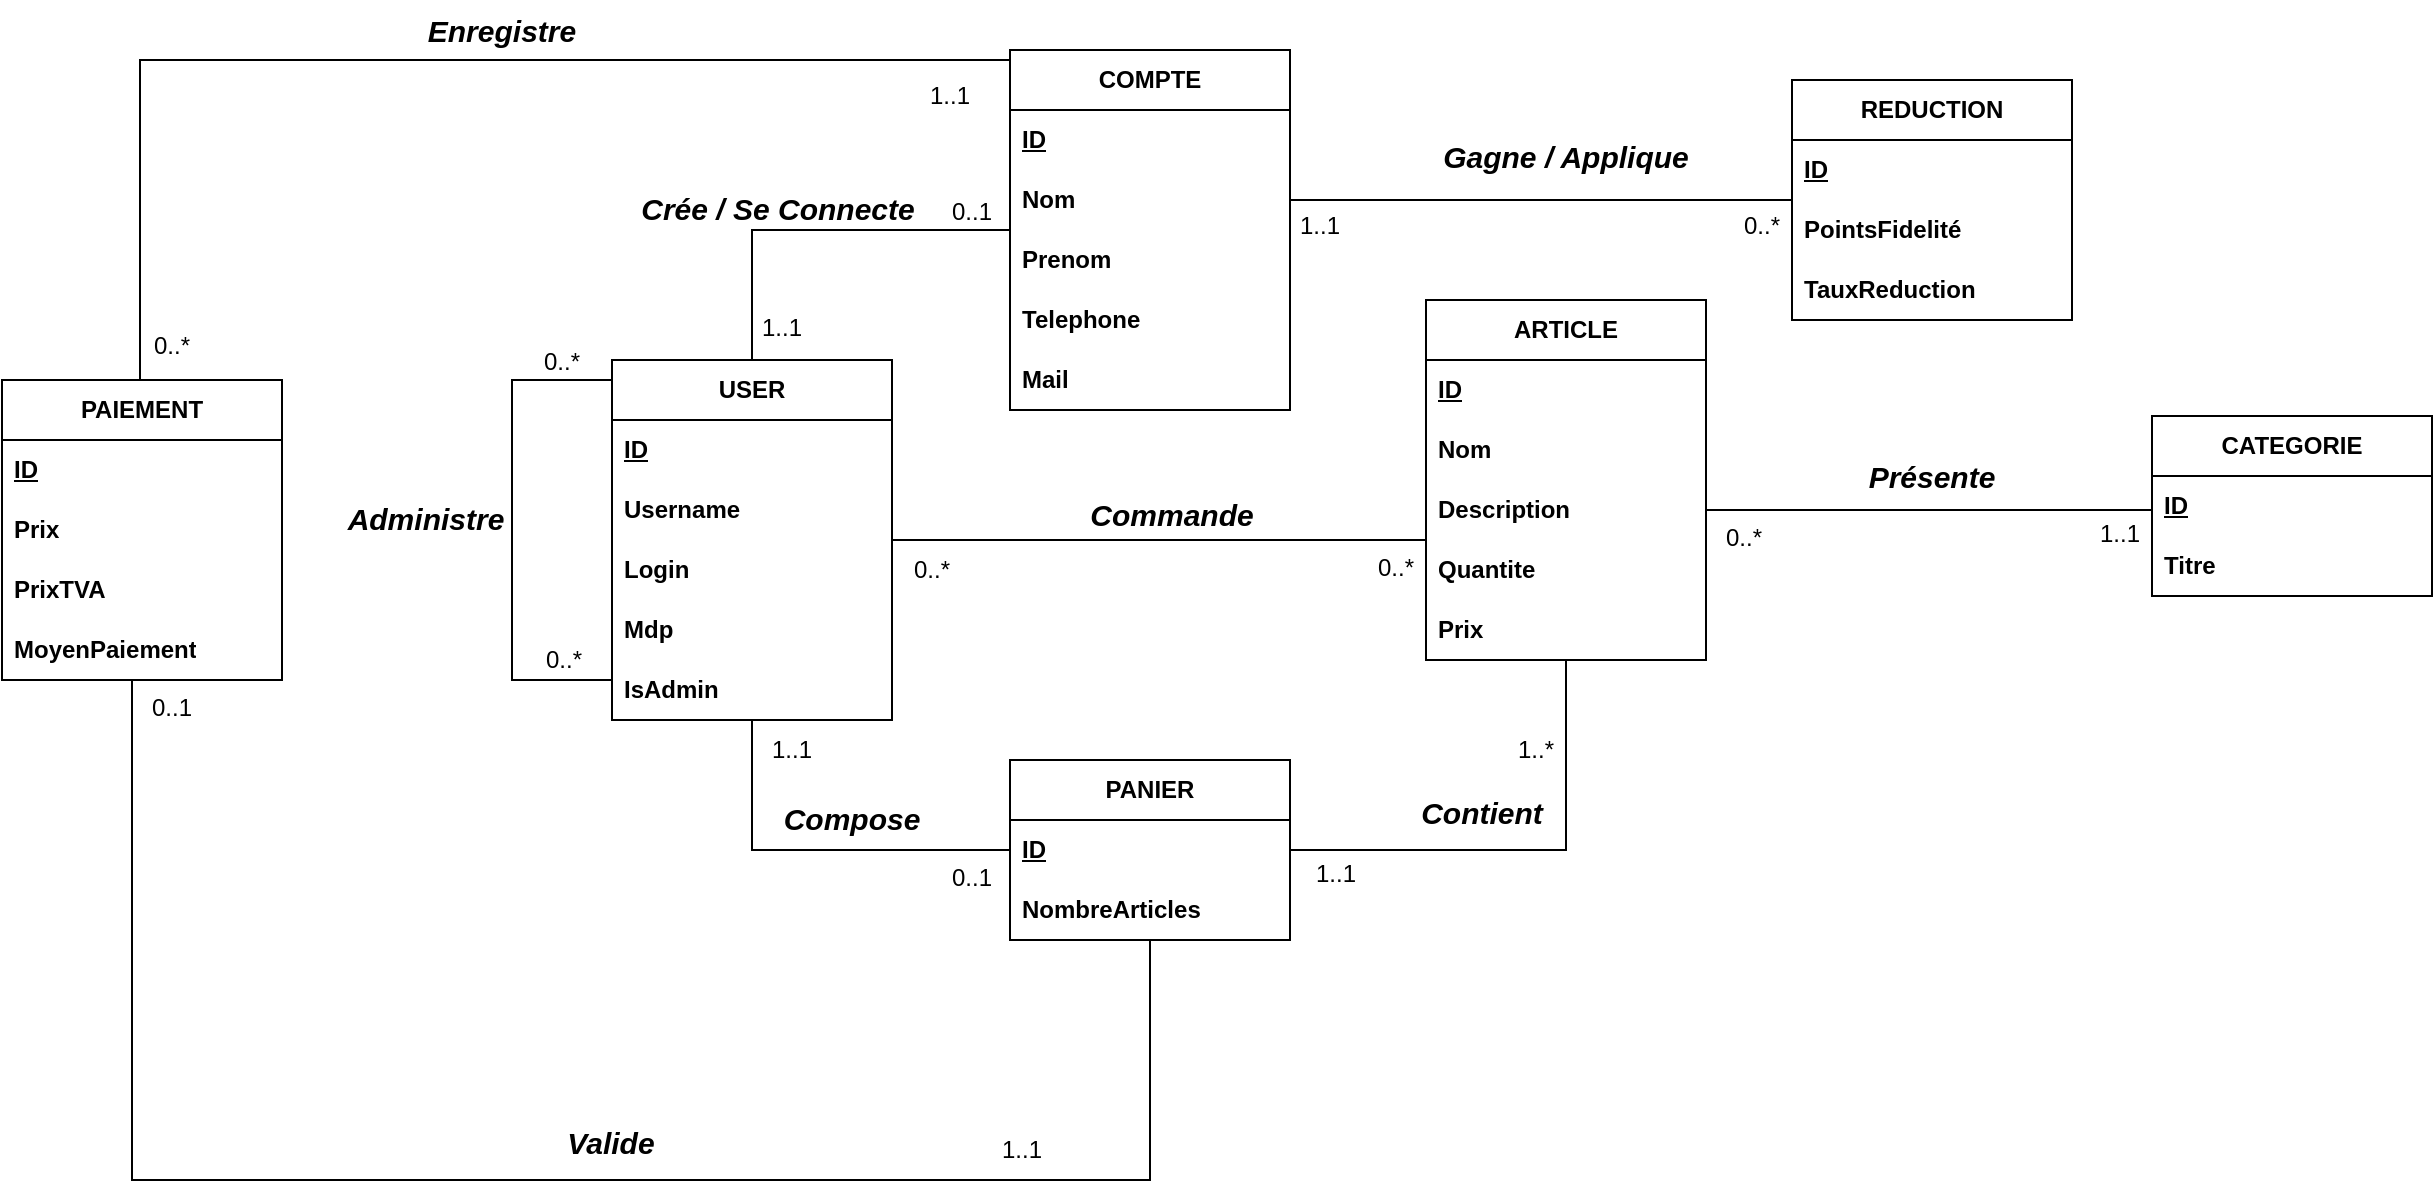
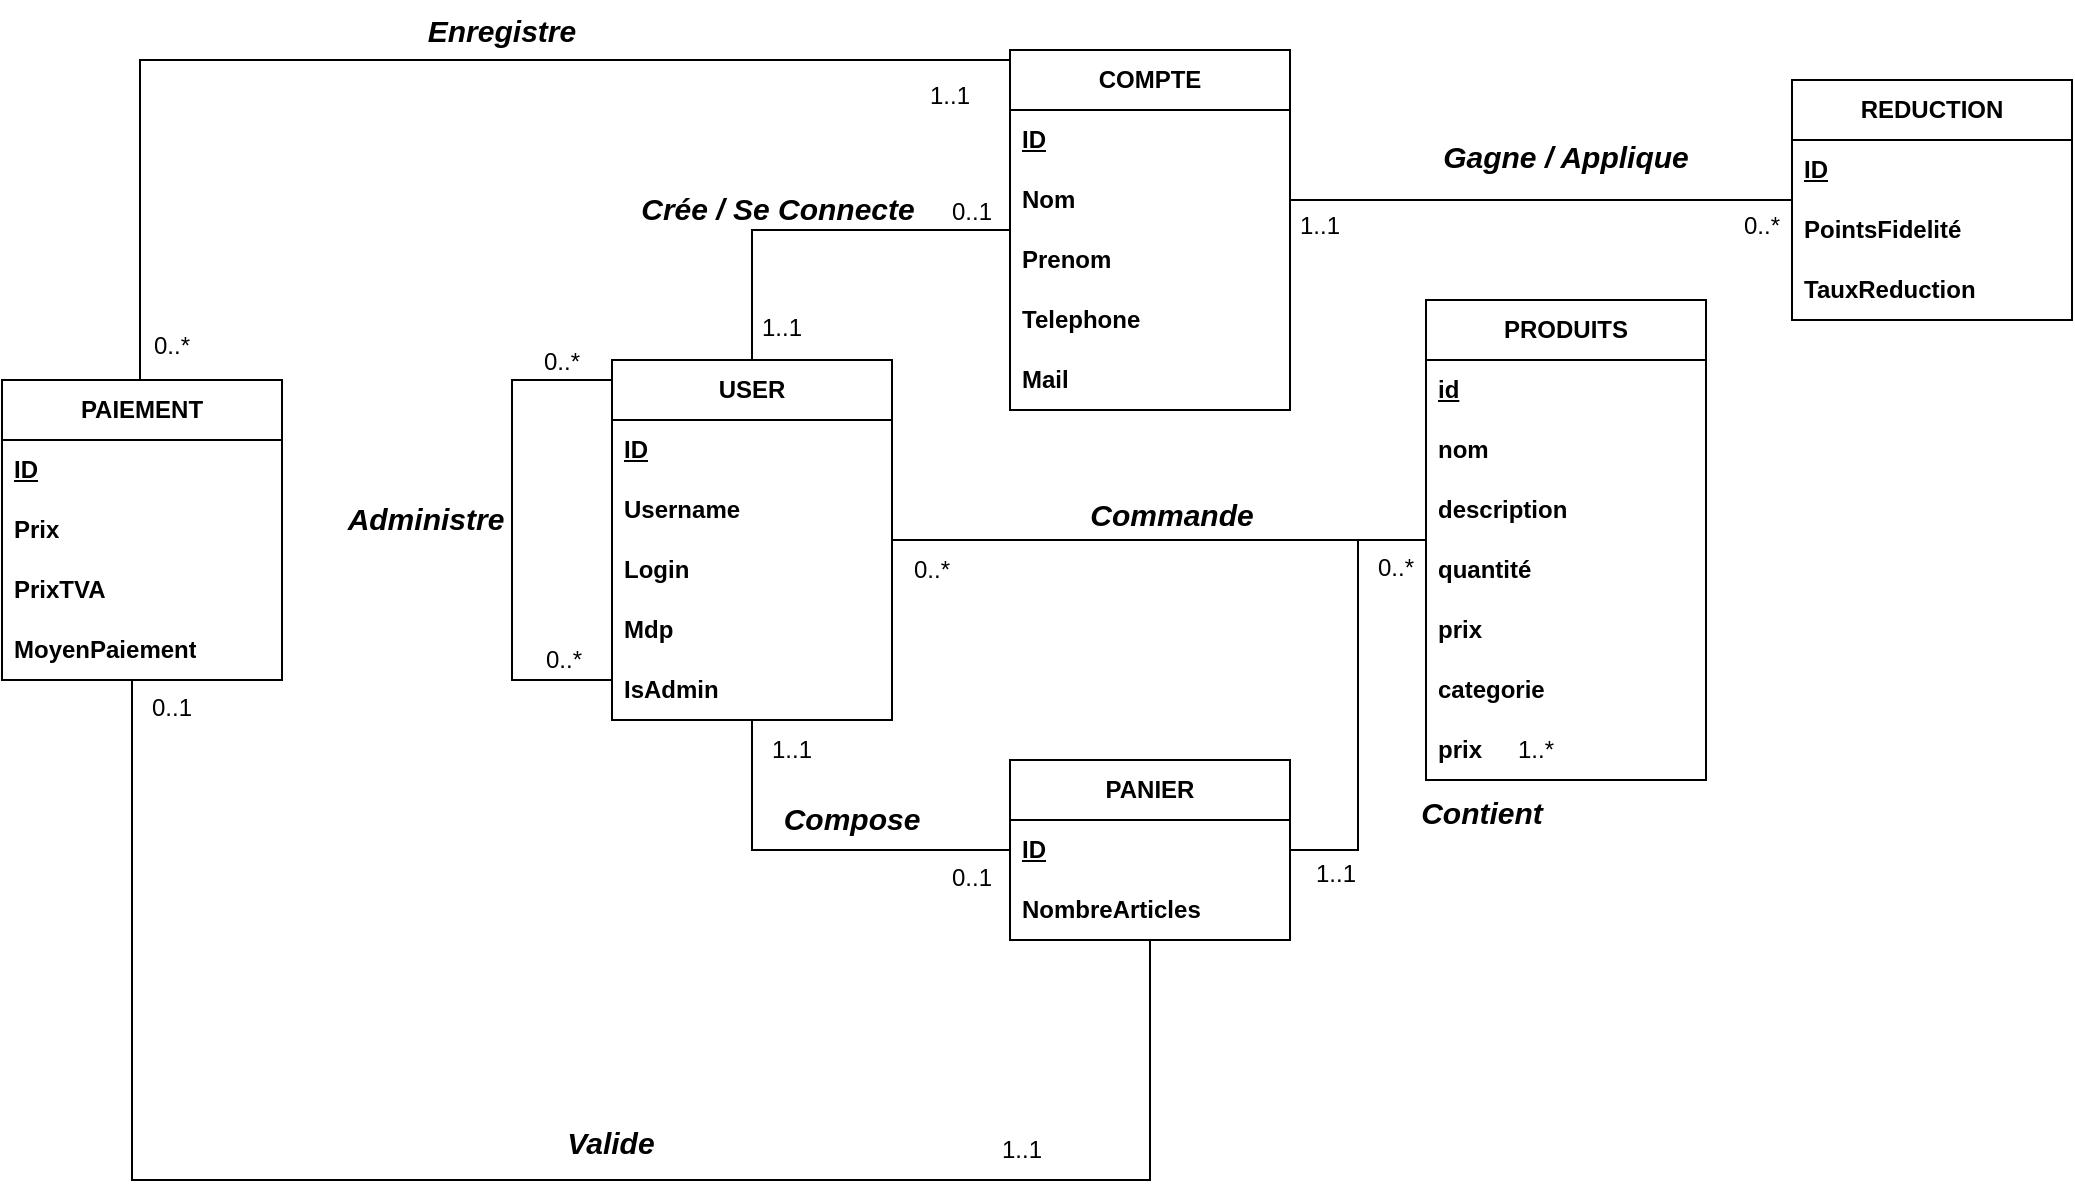
- <mxfile host="app.diagrams.net" agent="Mozilla/5.0 (Windows NT 10.0; Win64; x64) AppleWebKit/537.36 (KHTML, like Gecko) Chrome/144.0.0.0 Safari/537.36" version="29.3.6">
+ <mxfile host="app.diagrams.net" agent="Mozilla/5.0 (Windows NT 10.0; Win64; x64) AppleWebKit/537.36 (KHTML, like Gecko) Chrome/144.0.0.0 Safari/537.36">
  <diagram name="Page-1" id="twaHEqMDjoDLKVLHnj4T">
-     <mxGraphModel dx="1665" dy="743" grid="1" gridSize="10" guides="1" tooltips="1" connect="1" arrows="1" fold="1" page="1" pageScale="1" pageWidth="827" pageHeight="1169" math="0" shadow="0">
+     <mxGraphModel dx="1363" dy="422" grid="1" gridSize="10" guides="1" tooltips="1" connect="1" arrows="1" fold="1" page="1" pageScale="1" pageWidth="827" pageHeight="1169" math="0" shadow="0">
      <root>
        <mxCell id="0" />
        <mxCell id="1" parent="0" />
        <mxCell id="p3Nl3JeS0iywLz82FqbD-1" parent="1" style="swimlane;fontStyle=1;childLayout=stackLayout;horizontal=1;startSize=30;horizontalStack=0;resizeParent=1;resizeParentMax=0;resizeLast=0;collapsible=1;marginBottom=0;whiteSpace=wrap;html=1;" value="PANIER" vertex="1">
          <mxGeometry height="90" width="140" x="809" y="730" as="geometry" />
        </mxCell>
        <mxCell id="p3Nl3JeS0iywLz82FqbD-2" parent="p3Nl3JeS0iywLz82FqbD-1" style="text;strokeColor=none;fillColor=none;align=left;verticalAlign=middle;spacingLeft=4;spacingRight=4;overflow=hidden;points=[[0,0.5],[1,0.5]];portConstraint=eastwest;rotatable=0;whiteSpace=wrap;html=1;fontStyle=1" value="&lt;u&gt;ID&lt;/u&gt;" vertex="1">
          <mxGeometry height="30" width="140" y="30" as="geometry" />
        </mxCell>
        <mxCell id="p3Nl3JeS0iywLz82FqbD-3" parent="p3Nl3JeS0iywLz82FqbD-1" style="text;strokeColor=none;fillColor=none;align=left;verticalAlign=middle;spacingLeft=4;spacingRight=4;overflow=hidden;points=[[0,0.5],[1,0.5]];portConstraint=eastwest;rotatable=0;whiteSpace=wrap;html=1;fontStyle=1" value="NombreArticles" vertex="1">
          <mxGeometry height="30" width="140" y="60" as="geometry" />
        </mxCell>
        <mxCell id="p3Nl3JeS0iywLz82FqbD-7" parent="1" style="swimlane;fontStyle=1;childLayout=stackLayout;horizontal=1;startSize=30;horizontalStack=0;resizeParent=1;resizeParentMax=0;resizeLast=0;collapsible=1;marginBottom=0;whiteSpace=wrap;html=1;" value="USER" vertex="1">
          <mxGeometry height="180" width="140" x="610" y="530" as="geometry" />
        </mxCell>
        <mxCell id="p3Nl3JeS0iywLz82FqbD-8" parent="p3Nl3JeS0iywLz82FqbD-7" style="text;strokeColor=none;fillColor=none;align=left;verticalAlign=middle;spacingLeft=4;spacingRight=4;overflow=hidden;points=[[0,0.5],[1,0.5]];portConstraint=eastwest;rotatable=0;whiteSpace=wrap;html=1;fontStyle=1" value="&lt;u&gt;ID&lt;/u&gt;" vertex="1">
          <mxGeometry height="30" width="140" y="30" as="geometry" />
        </mxCell>
        <mxCell id="p3Nl3JeS0iywLz82FqbD-9" parent="p3Nl3JeS0iywLz82FqbD-7" style="text;strokeColor=none;fillColor=none;align=left;verticalAlign=middle;spacingLeft=4;spacingRight=4;overflow=hidden;points=[[0,0.5],[1,0.5]];portConstraint=eastwest;rotatable=0;whiteSpace=wrap;html=1;fontStyle=1" value="Username" vertex="1">
          <mxGeometry height="30" width="140" y="60" as="geometry" />
        </mxCell>
        <mxCell id="p3Nl3JeS0iywLz82FqbD-10" parent="p3Nl3JeS0iywLz82FqbD-7" style="text;strokeColor=none;fillColor=none;align=left;verticalAlign=middle;spacingLeft=4;spacingRight=4;overflow=hidden;points=[[0,0.5],[1,0.5]];portConstraint=eastwest;rotatable=0;whiteSpace=wrap;html=1;fontStyle=1" value="Login" vertex="1">
          <mxGeometry height="30" width="140" y="90" as="geometry" />
        </mxCell>
        <mxCell id="p3Nl3JeS0iywLz82FqbD-11" parent="p3Nl3JeS0iywLz82FqbD-7" style="text;strokeColor=none;fillColor=none;align=left;verticalAlign=middle;spacingLeft=4;spacingRight=4;overflow=hidden;points=[[0,0.5],[1,0.5]];portConstraint=eastwest;rotatable=0;whiteSpace=wrap;html=1;fontStyle=1" value="Mdp" vertex="1">
          <mxGeometry height="30" width="140" y="120" as="geometry" />
        </mxCell>
        <mxCell id="p3Nl3JeS0iywLz82FqbD-12" parent="p3Nl3JeS0iywLz82FqbD-7" style="text;strokeColor=none;fillColor=none;align=left;verticalAlign=middle;spacingLeft=4;spacingRight=4;overflow=hidden;points=[[0,0.5],[1,0.5]];portConstraint=eastwest;rotatable=0;whiteSpace=wrap;html=1;fontStyle=1" value="IsAdmin" vertex="1">
          <mxGeometry height="30" width="140" y="150" as="geometry" />
        </mxCell>
-         <mxCell id="p3Nl3JeS0iywLz82FqbD-13" parent="1" style="swimlane;fontStyle=1;childLayout=stackLayout;horizontal=1;startSize=30;horizontalStack=0;resizeParent=1;resizeParentMax=0;resizeLast=0;collapsible=1;marginBottom=0;whiteSpace=wrap;html=1;" value="ARTICLE" vertex="1">
-           <mxGeometry height="180" width="140" x="1017" y="500" as="geometry" />
-         </mxCell>
-         <mxCell id="p3Nl3JeS0iywLz82FqbD-14" parent="p3Nl3JeS0iywLz82FqbD-13" style="text;strokeColor=none;fillColor=none;align=left;verticalAlign=middle;spacingLeft=4;spacingRight=4;overflow=hidden;points=[[0,0.5],[1,0.5]];portConstraint=eastwest;rotatable=0;whiteSpace=wrap;html=1;fontStyle=1" value="&lt;u&gt;ID&lt;/u&gt;" vertex="1">
-           <mxGeometry height="30" width="140" y="30" as="geometry" />
-         </mxCell>
-         <mxCell id="p3Nl3JeS0iywLz82FqbD-15" parent="p3Nl3JeS0iywLz82FqbD-13" style="text;strokeColor=none;fillColor=none;align=left;verticalAlign=middle;spacingLeft=4;spacingRight=4;overflow=hidden;points=[[0,0.5],[1,0.5]];portConstraint=eastwest;rotatable=0;whiteSpace=wrap;html=1;fontStyle=1" value="Nom" vertex="1">
-           <mxGeometry height="30" width="140" y="60" as="geometry" />
-         </mxCell>
-         <mxCell id="p3Nl3JeS0iywLz82FqbD-16" parent="p3Nl3JeS0iywLz82FqbD-13" style="text;strokeColor=none;fillColor=none;align=left;verticalAlign=middle;spacingLeft=4;spacingRight=4;overflow=hidden;points=[[0,0.5],[1,0.5]];portConstraint=eastwest;rotatable=0;whiteSpace=wrap;html=1;fontStyle=1" value="Description" vertex="1">
-           <mxGeometry height="30" width="140" y="90" as="geometry" />
-         </mxCell>
-         <mxCell id="p3Nl3JeS0iywLz82FqbD-17" parent="p3Nl3JeS0iywLz82FqbD-13" style="text;strokeColor=none;fillColor=none;align=left;verticalAlign=middle;spacingLeft=4;spacingRight=4;overflow=hidden;points=[[0,0.5],[1,0.5]];portConstraint=eastwest;rotatable=0;whiteSpace=wrap;html=1;fontStyle=1" value="Quantite" vertex="1">
-           <mxGeometry height="30" width="140" y="120" as="geometry" />
-         </mxCell>
-         <mxCell id="p3Nl3JeS0iywLz82FqbD-18" parent="p3Nl3JeS0iywLz82FqbD-13" style="text;strokeColor=none;fillColor=none;align=left;verticalAlign=middle;spacingLeft=4;spacingRight=4;overflow=hidden;points=[[0,0.5],[1,0.5]];portConstraint=eastwest;rotatable=0;whiteSpace=wrap;html=1;fontStyle=1" value="Prix" vertex="1">
+         <mxCell id="p3Nl3JeS0iywLz82FqbD-13" parent="1" style="swimlane;fontStyle=1;childLayout=stackLayout;horizontal=1;startSize=30;horizontalStack=0;resizeParent=1;resizeParentMax=0;resizeLast=0;collapsible=1;marginBottom=0;whiteSpace=wrap;html=1;" value="PRODUITS" vertex="1">
+           <mxGeometry height="240" width="140" x="1017" y="500" as="geometry" />
+         </mxCell>
+         <mxCell id="p3Nl3JeS0iywLz82FqbD-14" parent="p3Nl3JeS0iywLz82FqbD-13" style="text;strokeColor=none;fillColor=none;align=left;verticalAlign=middle;spacingLeft=4;spacingRight=4;overflow=hidden;points=[[0,0.5],[1,0.5]];portConstraint=eastwest;rotatable=0;whiteSpace=wrap;html=1;fontStyle=1" value="&lt;u&gt;id&lt;/u&gt;" vertex="1">
+           <mxGeometry height="30" width="140" y="30" as="geometry" />
+         </mxCell>
+         <mxCell id="p3Nl3JeS0iywLz82FqbD-15" parent="p3Nl3JeS0iywLz82FqbD-13" style="text;strokeColor=none;fillColor=none;align=left;verticalAlign=middle;spacingLeft=4;spacingRight=4;overflow=hidden;points=[[0,0.5],[1,0.5]];portConstraint=eastwest;rotatable=0;whiteSpace=wrap;html=1;fontStyle=1" value="nom" vertex="1">
+           <mxGeometry height="30" width="140" y="60" as="geometry" />
+         </mxCell>
+         <mxCell id="p3Nl3JeS0iywLz82FqbD-16" parent="p3Nl3JeS0iywLz82FqbD-13" style="text;strokeColor=none;fillColor=none;align=left;verticalAlign=middle;spacingLeft=4;spacingRight=4;overflow=hidden;points=[[0,0.5],[1,0.5]];portConstraint=eastwest;rotatable=0;whiteSpace=wrap;html=1;fontStyle=1" value="description" vertex="1">
+           <mxGeometry height="30" width="140" y="90" as="geometry" />
+         </mxCell>
+         <mxCell id="p3Nl3JeS0iywLz82FqbD-17" parent="p3Nl3JeS0iywLz82FqbD-13" style="text;strokeColor=none;fillColor=none;align=left;verticalAlign=middle;spacingLeft=4;spacingRight=4;overflow=hidden;points=[[0,0.5],[1,0.5]];portConstraint=eastwest;rotatable=0;whiteSpace=wrap;html=1;fontStyle=1" value="quantité" vertex="1">
+           <mxGeometry height="30" width="140" y="120" as="geometry" />
+         </mxCell>
+         <mxCell id="lM0T7axmJvnzN0eevDfh-2" parent="p3Nl3JeS0iywLz82FqbD-13" style="text;strokeColor=none;fillColor=none;align=left;verticalAlign=middle;spacingLeft=4;spacingRight=4;overflow=hidden;points=[[0,0.5],[1,0.5]];portConstraint=eastwest;rotatable=0;whiteSpace=wrap;html=1;fontStyle=1" value="prix" vertex="1">
          <mxGeometry height="30" width="140" y="150" as="geometry" />
+         </mxCell>
+         <mxCell id="p3Nl3JeS0iywLz82FqbD-18" parent="p3Nl3JeS0iywLz82FqbD-13" style="text;strokeColor=none;fillColor=none;align=left;verticalAlign=middle;spacingLeft=4;spacingRight=4;overflow=hidden;points=[[0,0.5],[1,0.5]];portConstraint=eastwest;rotatable=0;whiteSpace=wrap;html=1;fontStyle=1" value="categorie" vertex="1">
+           <mxGeometry height="30" width="140" y="180" as="geometry" />
+         </mxCell>
+         <mxCell id="lM0T7axmJvnzN0eevDfh-3" parent="p3Nl3JeS0iywLz82FqbD-13" style="text;strokeColor=none;fillColor=none;align=left;verticalAlign=middle;spacingLeft=4;spacingRight=4;overflow=hidden;points=[[0,0.5],[1,0.5]];portConstraint=eastwest;rotatable=0;whiteSpace=wrap;html=1;fontStyle=1" value="prix" vertex="1">
+           <mxGeometry height="30" width="140" y="210" as="geometry" />
        </mxCell>
        <mxCell id="p3Nl3JeS0iywLz82FqbD-20" parent="1" style="swimlane;fontStyle=1;childLayout=stackLayout;horizontal=1;startSize=30;horizontalStack=0;resizeParent=1;resizeParentMax=0;resizeLast=0;collapsible=1;marginBottom=0;whiteSpace=wrap;html=1;" value="COMPTE" vertex="1">
          <mxGeometry height="180" width="140" x="809" y="375" as="geometry" />
        </mxCell>
        <mxCell id="p3Nl3JeS0iywLz82FqbD-21" parent="p3Nl3JeS0iywLz82FqbD-20" style="text;strokeColor=none;fillColor=none;align=left;verticalAlign=middle;spacingLeft=4;spacingRight=4;overflow=hidden;points=[[0,0.5],[1,0.5]];portConstraint=eastwest;rotatable=0;whiteSpace=wrap;html=1;fontStyle=1" value="&lt;u&gt;ID&lt;/u&gt;" vertex="1">
          <mxGeometry height="30" width="140" y="30" as="geometry" />
        </mxCell>
        <mxCell id="p3Nl3JeS0iywLz82FqbD-22" parent="p3Nl3JeS0iywLz82FqbD-20" style="text;strokeColor=none;fillColor=none;align=left;verticalAlign=middle;spacingLeft=4;spacingRight=4;overflow=hidden;points=[[0,0.5],[1,0.5]];portConstraint=eastwest;rotatable=0;whiteSpace=wrap;html=1;fontStyle=1" value="Nom" vertex="1">
          <mxGeometry height="30" width="140" y="60" as="geometry" />
        </mxCell>
        <mxCell id="p3Nl3JeS0iywLz82FqbD-23" parent="p3Nl3JeS0iywLz82FqbD-20" style="text;strokeColor=none;fillColor=none;align=left;verticalAlign=middle;spacingLeft=4;spacingRight=4;overflow=hidden;points=[[0,0.5],[1,0.5]];portConstraint=eastwest;rotatable=0;whiteSpace=wrap;html=1;fontStyle=1" value="Prenom" vertex="1">
          <mxGeometry height="30" width="140" y="90" as="geometry" />
        </mxCell>
        <mxCell id="p3Nl3JeS0iywLz82FqbD-24" parent="p3Nl3JeS0iywLz82FqbD-20" style="text;strokeColor=none;fillColor=none;align=left;verticalAlign=middle;spacingLeft=4;spacingRight=4;overflow=hidden;points=[[0,0.5],[1,0.5]];portConstraint=eastwest;rotatable=0;whiteSpace=wrap;html=1;fontStyle=1" value="Telephone" vertex="1">
          <mxGeometry height="30" width="140" y="120" as="geometry" />
        </mxCell>
        <mxCell id="p3Nl3JeS0iywLz82FqbD-25" parent="p3Nl3JeS0iywLz82FqbD-20" style="text;strokeColor=none;fillColor=none;align=left;verticalAlign=middle;spacingLeft=4;spacingRight=4;overflow=hidden;points=[[0,0.5],[1,0.5]];portConstraint=eastwest;rotatable=0;whiteSpace=wrap;html=1;fontStyle=1" value="Mail" vertex="1">
          <mxGeometry height="30" width="140" y="150" as="geometry" />
        </mxCell>
        <mxCell id="p3Nl3JeS0iywLz82FqbD-28" edge="1" parent="1" source="p3Nl3JeS0iywLz82FqbD-13" style="edgeStyle=orthogonalEdgeStyle;rounded=0;orthogonalLoop=1;jettySize=auto;html=1;endArrow=none;endFill=0;" target="p3Nl3JeS0iywLz82FqbD-7">
          <mxGeometry relative="1" as="geometry">
            <Array as="points">
              <mxPoint x="950" y="620" />
              <mxPoint x="950" y="620" />
            </Array>
            <mxPoint x="920" y="560" as="sourcePoint" />
            <mxPoint x="940.0000000000052" y="635" as="targetPoint" />
          </mxGeometry>
        </mxCell>
        <mxCell id="p3Nl3JeS0iywLz82FqbD-29" parent="1" style="text;html=1;whiteSpace=wrap;strokeColor=none;fillColor=none;align=center;verticalAlign=middle;rounded=0;" value="0..*" vertex="1">
          <mxGeometry height="30" width="60" x="740" y="620" as="geometry" />
        </mxCell>
        <mxCell id="p3Nl3JeS0iywLz82FqbD-30" parent="1" style="text;html=1;whiteSpace=wrap;strokeColor=none;fillColor=none;align=center;verticalAlign=middle;rounded=0;" value="0..*" vertex="1">
          <mxGeometry height="30" width="60" x="972" y="619" as="geometry" />
        </mxCell>
        <mxCell id="p3Nl3JeS0iywLz82FqbD-31" parent="1" style="text;html=1;whiteSpace=wrap;strokeColor=none;fillColor=none;align=center;verticalAlign=middle;rounded=0;" value="1..*" vertex="1">
          <mxGeometry height="30" width="60" x="1042" y="710" as="geometry" />
        </mxCell>
        <mxCell id="p3Nl3JeS0iywLz82FqbD-32" parent="1" style="text;html=1;whiteSpace=wrap;strokeColor=none;fillColor=none;align=center;verticalAlign=middle;rounded=0;" value="1..1" vertex="1">
          <mxGeometry height="30" width="60" x="942" y="772" as="geometry" />
        </mxCell>
-         <mxCell id="p3Nl3JeS0iywLz82FqbD-33" parent="1" style="swimlane;fontStyle=1;childLayout=stackLayout;horizontal=1;startSize=30;horizontalStack=0;resizeParent=1;resizeParentMax=0;resizeLast=0;collapsible=1;marginBottom=0;whiteSpace=wrap;html=1;" value="CATEGORIE" vertex="1">
-           <mxGeometry height="90" width="140" x="1380" y="558" as="geometry" />
-         </mxCell>
-         <mxCell id="p3Nl3JeS0iywLz82FqbD-34" parent="p3Nl3JeS0iywLz82FqbD-33" style="text;strokeColor=none;fillColor=none;align=left;verticalAlign=middle;spacingLeft=4;spacingRight=4;overflow=hidden;points=[[0,0.5],[1,0.5]];portConstraint=eastwest;rotatable=0;whiteSpace=wrap;html=1;fontStyle=1" value="&lt;u&gt;ID&lt;/u&gt;" vertex="1">
-           <mxGeometry height="30" width="140" y="30" as="geometry" />
-         </mxCell>
-         <mxCell id="p3Nl3JeS0iywLz82FqbD-37" parent="p3Nl3JeS0iywLz82FqbD-33" style="text;strokeColor=none;fillColor=none;align=left;verticalAlign=middle;spacingLeft=4;spacingRight=4;overflow=hidden;points=[[0,0.5],[1,0.5]];portConstraint=eastwest;rotatable=0;whiteSpace=wrap;html=1;fontStyle=1" value="Titre" vertex="1">
-           <mxGeometry height="30" width="140" y="60" as="geometry" />
-         </mxCell>
        <mxCell id="p3Nl3JeS0iywLz82FqbD-39" edge="1" parent="1" source="p3Nl3JeS0iywLz82FqbD-7" style="edgeStyle=orthogonalEdgeStyle;rounded=0;orthogonalLoop=1;jettySize=auto;html=1;exitX=0.5;exitY=0;exitDx=0;exitDy=0;endArrow=none;endFill=0;" target="p3Nl3JeS0iywLz82FqbD-20">
          <mxGeometry relative="1" as="geometry">
            <mxPoint x="900" y="680" as="sourcePoint" />
            <mxPoint x="680" y="490" as="targetPoint" />
          </mxGeometry>
        </mxCell>
        <mxCell id="p3Nl3JeS0iywLz82FqbD-42" edge="1" parent="1" source="p3Nl3JeS0iywLz82FqbD-47" style="edgeStyle=orthogonalEdgeStyle;rounded=0;orthogonalLoop=1;jettySize=auto;html=1;entryX=1;entryY=0.5;entryDx=0;entryDy=0;endArrow=none;endFill=0;" target="p3Nl3JeS0iywLz82FqbD-22">
          <mxGeometry relative="1" as="geometry">
            <mxPoint x="1014" y="450" as="sourcePoint" />
            <mxPoint x="960" y="450" as="targetPoint" />
          </mxGeometry>
        </mxCell>
        <mxCell id="p3Nl3JeS0iywLz82FqbD-43" parent="1" style="text;html=1;whiteSpace=wrap;strokeColor=none;fillColor=none;align=center;verticalAlign=middle;rounded=0;" value="1..1" vertex="1">
          <mxGeometry height="30" width="60" x="665" y="499" as="geometry" />
        </mxCell>
        <mxCell id="p3Nl3JeS0iywLz82FqbD-44" parent="1" style="text;html=1;whiteSpace=wrap;strokeColor=none;fillColor=none;align=center;verticalAlign=middle;rounded=0;" value="0..1" vertex="1">
          <mxGeometry height="30" width="60" x="760" y="441" as="geometry" />
        </mxCell>
        <mxCell id="p3Nl3JeS0iywLz82FqbD-45" parent="1" style="text;html=1;whiteSpace=wrap;strokeColor=none;fillColor=none;align=center;verticalAlign=middle;rounded=0;" value="1..1" vertex="1">
          <mxGeometry height="30" width="60" x="934" y="448" as="geometry" />
        </mxCell>
        <mxCell id="p3Nl3JeS0iywLz82FqbD-47" parent="1" style="swimlane;fontStyle=1;childLayout=stackLayout;horizontal=1;startSize=30;horizontalStack=0;resizeParent=1;resizeParentMax=0;resizeLast=0;collapsible=1;marginBottom=0;whiteSpace=wrap;html=1;" value="REDUCTION" vertex="1">
          <mxGeometry height="120" width="140" x="1200" y="390" as="geometry" />
        </mxCell>
        <mxCell id="p3Nl3JeS0iywLz82FqbD-48" parent="p3Nl3JeS0iywLz82FqbD-47" style="text;strokeColor=none;fillColor=none;align=left;verticalAlign=middle;spacingLeft=4;spacingRight=4;overflow=hidden;points=[[0,0.5],[1,0.5]];portConstraint=eastwest;rotatable=0;whiteSpace=wrap;html=1;fontStyle=1" value="&lt;u&gt;ID&lt;/u&gt;" vertex="1">
          <mxGeometry height="30" width="140" y="30" as="geometry" />
        </mxCell>
        <mxCell id="p3Nl3JeS0iywLz82FqbD-49" parent="p3Nl3JeS0iywLz82FqbD-47" style="text;strokeColor=none;fillColor=none;align=left;verticalAlign=middle;spacingLeft=4;spacingRight=4;overflow=hidden;points=[[0,0.5],[1,0.5]];portConstraint=eastwest;rotatable=0;whiteSpace=wrap;html=1;fontStyle=1" value="PointsFidelité" vertex="1">
          <mxGeometry height="30" width="140" y="60" as="geometry" />
        </mxCell>
        <mxCell id="p3Nl3JeS0iywLz82FqbD-50" parent="p3Nl3JeS0iywLz82FqbD-47" style="text;strokeColor=none;fillColor=none;align=left;verticalAlign=middle;spacingLeft=4;spacingRight=4;overflow=hidden;points=[[0,0.5],[1,0.5]];portConstraint=eastwest;rotatable=0;whiteSpace=wrap;html=1;fontStyle=1" value="TauxReduction" vertex="1">
          <mxGeometry height="30" width="140" y="90" as="geometry" />
        </mxCell>
        <mxCell id="p3Nl3JeS0iywLz82FqbD-53" edge="1" parent="1" source="p3Nl3JeS0iywLz82FqbD-1" style="edgeStyle=orthogonalEdgeStyle;rounded=0;orthogonalLoop=1;jettySize=auto;html=1;endArrow=none;endFill=0;" target="p3Nl3JeS0iywLz82FqbD-7">
          <mxGeometry relative="1" as="geometry">
            <mxPoint x="680" y="780" as="sourcePoint" />
            <mxPoint x="360" y="840" as="targetPoint" />
          </mxGeometry>
        </mxCell>
        <mxCell id="p3Nl3JeS0iywLz82FqbD-55" parent="1" style="text;html=1;whiteSpace=wrap;strokeColor=none;fillColor=none;align=center;verticalAlign=middle;rounded=0;" value="1..1" vertex="1">
          <mxGeometry height="30" width="60" x="670" y="710" as="geometry" />
        </mxCell>
        <mxCell id="p3Nl3JeS0iywLz82FqbD-56" parent="1" style="text;html=1;whiteSpace=wrap;strokeColor=none;fillColor=none;align=center;verticalAlign=middle;rounded=0;" value="0..1" vertex="1">
          <mxGeometry height="30" width="60" x="760" y="774" as="geometry" />
        </mxCell>
        <mxCell id="p3Nl3JeS0iywLz82FqbD-58" edge="1" parent="1" source="p3Nl3JeS0iywLz82FqbD-1" style="edgeStyle=orthogonalEdgeStyle;rounded=0;orthogonalLoop=1;jettySize=auto;html=1;endArrow=none;endFill=0;" target="p3Nl3JeS0iywLz82FqbD-13">
          <mxGeometry relative="1" as="geometry">
            <mxPoint x="1087" y="780" as="sourcePoint" />
            <mxPoint x="1159" y="850" as="targetPoint" />
          </mxGeometry>
        </mxCell>
-         <mxCell id="p3Nl3JeS0iywLz82FqbD-60" edge="1" parent="1" source="p3Nl3JeS0iywLz82FqbD-33" style="edgeStyle=orthogonalEdgeStyle;rounded=0;orthogonalLoop=1;jettySize=auto;html=1;endArrow=none;endFill=0;" target="p3Nl3JeS0iywLz82FqbD-13">
-           <mxGeometry relative="1" as="geometry">
-             <Array as="points">
-               <mxPoint x="1330" y="605" />
-               <mxPoint x="1330" y="605" />
-             </Array>
-             <mxPoint x="1210" y="605" as="sourcePoint" />
-             <mxPoint x="1210" y="520" as="targetPoint" />
-           </mxGeometry>
-         </mxCell>
-         <mxCell id="p3Nl3JeS0iywLz82FqbD-62" parent="1" style="text;html=1;whiteSpace=wrap;strokeColor=none;fillColor=none;align=center;verticalAlign=middle;rounded=0;" value="1..1" vertex="1">
-           <mxGeometry height="30" width="60" x="1334" y="602" as="geometry" />
-         </mxCell>
-         <mxCell id="p3Nl3JeS0iywLz82FqbD-63" parent="1" style="text;html=1;whiteSpace=wrap;strokeColor=none;fillColor=none;align=center;verticalAlign=middle;rounded=0;" value="0..*" vertex="1">
-           <mxGeometry height="30" width="60" x="1146" y="604" as="geometry" />
-         </mxCell>
        <mxCell id="p3Nl3JeS0iywLz82FqbD-64" parent="1" style="text;html=1;whiteSpace=wrap;strokeColor=none;fillColor=none;align=center;verticalAlign=middle;rounded=0;" value="0..*" vertex="1">
          <mxGeometry height="30" width="60" x="1155" y="448" as="geometry" />
        </mxCell>
        <mxCell id="p3Nl3JeS0iywLz82FqbD-65" parent="1" style="swimlane;fontStyle=1;childLayout=stackLayout;horizontal=1;startSize=30;horizontalStack=0;resizeParent=1;resizeParentMax=0;resizeLast=0;collapsible=1;marginBottom=0;whiteSpace=wrap;html=1;" value="PAIEMENT" vertex="1">
          <mxGeometry height="150" width="140" x="305" y="540" as="geometry" />
        </mxCell>
        <mxCell id="p3Nl3JeS0iywLz82FqbD-66" parent="p3Nl3JeS0iywLz82FqbD-65" style="text;strokeColor=none;fillColor=none;align=left;verticalAlign=middle;spacingLeft=4;spacingRight=4;overflow=hidden;points=[[0,0.5],[1,0.5]];portConstraint=eastwest;rotatable=0;whiteSpace=wrap;html=1;fontStyle=1" value="&lt;u&gt;ID&lt;/u&gt;" vertex="1">
          <mxGeometry height="30" width="140" y="30" as="geometry" />
        </mxCell>
        <mxCell id="p3Nl3JeS0iywLz82FqbD-69" parent="p3Nl3JeS0iywLz82FqbD-65" style="text;strokeColor=none;fillColor=none;align=left;verticalAlign=middle;spacingLeft=4;spacingRight=4;overflow=hidden;points=[[0,0.5],[1,0.5]];portConstraint=eastwest;rotatable=0;whiteSpace=wrap;html=1;fontStyle=1" value="Prix" vertex="1">
          <mxGeometry height="30" width="140" y="60" as="geometry" />
        </mxCell>
        <mxCell id="p3Nl3JeS0iywLz82FqbD-70" parent="p3Nl3JeS0iywLz82FqbD-65" style="text;strokeColor=none;fillColor=none;align=left;verticalAlign=middle;spacingLeft=4;spacingRight=4;overflow=hidden;points=[[0,0.5],[1,0.5]];portConstraint=eastwest;rotatable=0;whiteSpace=wrap;html=1;fontStyle=1" value="PrixTVA" vertex="1">
          <mxGeometry height="30" width="140" y="90" as="geometry" />
        </mxCell>
        <mxCell id="aAGUZxtX3wkmC4jyIYF0-7" parent="p3Nl3JeS0iywLz82FqbD-65" style="text;strokeColor=none;fillColor=none;align=left;verticalAlign=middle;spacingLeft=4;spacingRight=4;overflow=hidden;points=[[0,0.5],[1,0.5]];portConstraint=eastwest;rotatable=0;whiteSpace=wrap;html=1;fontStyle=1" value="MoyenPaiement" vertex="1">
          <mxGeometry height="30" width="140" y="120" as="geometry" />
        </mxCell>
        <mxCell id="p3Nl3JeS0iywLz82FqbD-72" edge="1" parent="1" source="p3Nl3JeS0iywLz82FqbD-65" style="edgeStyle=orthogonalEdgeStyle;rounded=0;orthogonalLoop=1;jettySize=auto;html=1;endArrow=none;endFill=0;" target="p3Nl3JeS0iywLz82FqbD-20">
          <mxGeometry relative="1" as="geometry">
            <Array as="points">
              <mxPoint x="374" y="380" />
            </Array>
            <mxPoint x="550" y="390" as="sourcePoint" />
            <mxPoint x="809.1399999999999" y="392.64" as="targetPoint" />
          </mxGeometry>
        </mxCell>
        <mxCell id="p3Nl3JeS0iywLz82FqbD-76" edge="1" parent="1" source="p3Nl3JeS0iywLz82FqbD-1" style="edgeStyle=orthogonalEdgeStyle;rounded=0;orthogonalLoop=1;jettySize=auto;html=1;endArrow=none;endFill=0;" target="p3Nl3JeS0iywLz82FqbD-65">
          <mxGeometry relative="1" as="geometry">
            <Array as="points">
              <mxPoint x="879" y="940" />
              <mxPoint x="370" y="940" />
            </Array>
            <mxPoint x="620" y="930" as="sourcePoint" />
            <mxPoint x="470" y="830" as="targetPoint" />
          </mxGeometry>
        </mxCell>
        <mxCell id="p3Nl3JeS0iywLz82FqbD-77" parent="1" style="text;html=1;whiteSpace=wrap;strokeColor=none;fillColor=none;align=center;verticalAlign=middle;rounded=0;" value="1..1" vertex="1">
          <mxGeometry height="30" width="60" x="749" y="383" as="geometry" />
        </mxCell>
        <mxCell id="p3Nl3JeS0iywLz82FqbD-78" parent="1" style="text;html=1;whiteSpace=wrap;strokeColor=none;fillColor=none;align=center;verticalAlign=middle;rounded=0;" value="0..*" vertex="1">
          <mxGeometry height="30" width="60" x="360" y="508" as="geometry" />
        </mxCell>
        <mxCell id="p3Nl3JeS0iywLz82FqbD-79" parent="1" style="text;html=1;whiteSpace=wrap;strokeColor=none;fillColor=none;align=center;verticalAlign=middle;rounded=0;" value="1..1" vertex="1">
          <mxGeometry height="30" width="60" x="785" y="910" as="geometry" />
        </mxCell>
        <mxCell id="p3Nl3JeS0iywLz82FqbD-80" parent="1" style="text;html=1;whiteSpace=wrap;strokeColor=none;fillColor=none;align=center;verticalAlign=middle;rounded=0;" value="0..1" vertex="1">
          <mxGeometry height="30" width="60" x="360" y="689" as="geometry" />
        </mxCell>
        <mxCell id="JSqtwzLamOZge-rmcTMJ-1" edge="1" parent="1" source="p3Nl3JeS0iywLz82FqbD-7" style="edgeStyle=orthogonalEdgeStyle;rounded=0;orthogonalLoop=1;jettySize=auto;html=1;endArrow=none;endFill=0;" target="p3Nl3JeS0iywLz82FqbD-7">
          <mxGeometry relative="1" as="geometry">
            <Array as="points">
              <mxPoint x="560" y="690" />
              <mxPoint x="560" y="540" />
            </Array>
            <mxPoint x="520" y="690" as="sourcePoint" />
            <mxPoint x="839" y="630" as="targetPoint" />
          </mxGeometry>
        </mxCell>
        <mxCell id="JSqtwzLamOZge-rmcTMJ-2" parent="1" style="text;whiteSpace=wrap;html=1;align=center;" value="&lt;span style=&quot;font-size: 15px;&quot;&gt;&lt;b&gt;&lt;i&gt;Administre&lt;/i&gt;&lt;/b&gt;&lt;/span&gt;" vertex="1">
          <mxGeometry height="40" width="90" x="472" y="594" as="geometry" />
        </mxCell>
        <mxCell id="JSqtwzLamOZge-rmcTMJ-3" parent="1" style="text;whiteSpace=wrap;html=1;align=center;" value="&lt;span style=&quot;font-size: 15px;&quot;&gt;&lt;b&gt;&lt;i&gt;Enregistre&lt;/i&gt;&lt;/b&gt;&lt;/span&gt;" vertex="1">
          <mxGeometry height="40" width="90" x="510" y="350" as="geometry" />
        </mxCell>
        <mxCell id="JSqtwzLamOZge-rmcTMJ-4" parent="1" style="text;whiteSpace=wrap;html=1;align=center;" value="&lt;span style=&quot;font-size: 15px;&quot;&gt;&lt;b&gt;&lt;i&gt;Crée / Se Connecte&lt;/i&gt;&lt;/b&gt;&lt;/span&gt;" vertex="1">
          <mxGeometry height="40" width="164" x="611" y="439" as="geometry" />
        </mxCell>
        <mxCell id="JSqtwzLamOZge-rmcTMJ-5" parent="1" style="text;html=1;whiteSpace=wrap;strokeColor=none;fillColor=none;align=center;verticalAlign=middle;rounded=0;" value="0..*" vertex="1">
          <mxGeometry height="30" width="60" x="555" y="516" as="geometry" />
        </mxCell>
        <mxCell id="JSqtwzLamOZge-rmcTMJ-6" parent="1" style="text;html=1;whiteSpace=wrap;strokeColor=none;fillColor=none;align=center;verticalAlign=middle;rounded=0;" value="0..*" vertex="1">
          <mxGeometry height="30" width="60" x="556" y="665" as="geometry" />
        </mxCell>
        <mxCell id="JSqtwzLamOZge-rmcTMJ-7" parent="1" style="text;whiteSpace=wrap;html=1;align=center;" value="&lt;span style=&quot;font-size: 15px;&quot;&gt;&lt;b&gt;&lt;i&gt;Gagne / Applique&lt;/i&gt;&lt;/b&gt;&lt;/span&gt;" vertex="1">
          <mxGeometry height="40" width="126" x="1024" y="413" as="geometry" />
-         </mxCell>
-         <mxCell id="JSqtwzLamOZge-rmcTMJ-8" parent="1" style="text;whiteSpace=wrap;html=1;align=center;" value="&lt;span style=&quot;font-size: 15px;&quot;&gt;&lt;b&gt;&lt;i&gt;Présente&lt;/i&gt;&lt;/b&gt;&lt;/span&gt;" vertex="1">
-           <mxGeometry height="40" width="90" x="1225" y="573" as="geometry" />
        </mxCell>
        <mxCell id="JSqtwzLamOZge-rmcTMJ-9" parent="1" style="text;whiteSpace=wrap;html=1;align=center;" value="&lt;span style=&quot;font-size: 15px;&quot;&gt;&lt;b&gt;&lt;i&gt;Commande&lt;/i&gt;&lt;/b&gt;&lt;/span&gt;" vertex="1">
          <mxGeometry height="40" width="90" x="845" y="592" as="geometry" />
        </mxCell>
        <mxCell id="JSqtwzLamOZge-rmcTMJ-10" parent="1" style="text;whiteSpace=wrap;html=1;align=center;" value="&lt;span style=&quot;font-size: 15px;&quot;&gt;&lt;b&gt;&lt;i&gt;Compose&lt;/i&gt;&lt;/b&gt;&lt;/span&gt;" vertex="1">
          <mxGeometry height="40" width="90" x="685" y="744" as="geometry" />
        </mxCell>
        <mxCell id="JSqtwzLamOZge-rmcTMJ-11" parent="1" style="text;whiteSpace=wrap;html=1;align=center;" value="&lt;span style=&quot;font-size: 15px;&quot;&gt;&lt;b&gt;&lt;i&gt;Contient&lt;/i&gt;&lt;/b&gt;&lt;/span&gt;" vertex="1">
          <mxGeometry height="40" width="90" x="1000" y="741" as="geometry" />
        </mxCell>
        <mxCell id="JSqtwzLamOZge-rmcTMJ-12" parent="1" style="text;whiteSpace=wrap;html=1;align=center;" value="&lt;span style=&quot;font-size: 15px;&quot;&gt;&lt;b&gt;&lt;i&gt;Valide&lt;/i&gt;&lt;/b&gt;&lt;/span&gt;" vertex="1">
          <mxGeometry height="40" width="121" x="549" y="906" as="geometry" />
        </mxCell>
      </root>
    </mxGraphModel>
  </diagram>
</mxfile>
